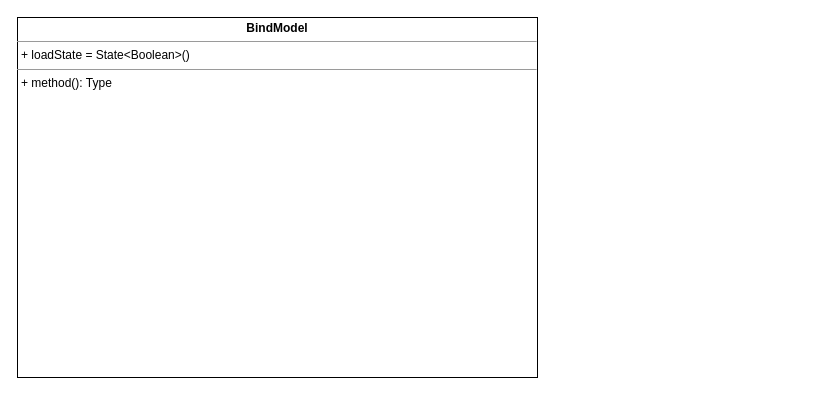
Earlier version of the draw.io diagram UNI-15261.drawio (ShiryaevNikolay/diagrams). Source tidied: cells renumbered, new cells numbered last; positions are measured from the earlier drawing's top-left corner, leaving out a move shared by most shapes. Both pictures are drawn from the tidied source at 100%, with x=0, y=0 at pixel (17, 17).
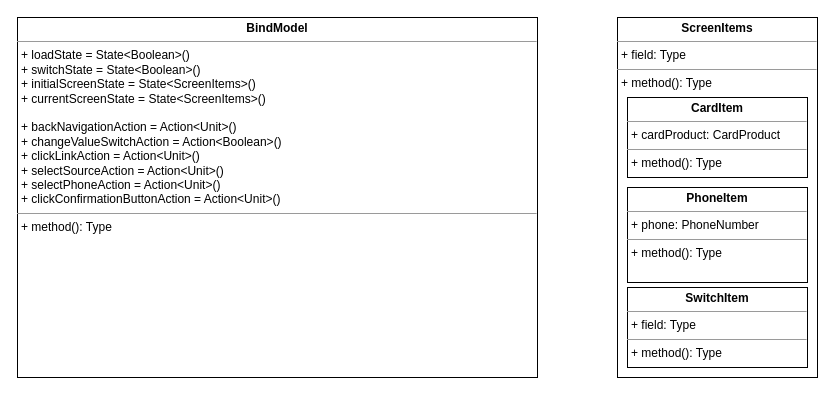
Above is the later version.

What changed in the source:
```diff
@@
 <mxGraphModel>
   <root>
     <mxCell id="0" />
     <mxCell id="1" parent="0" />
-    <mxCell id="2" value="&lt;p style=&quot;margin: 0px ; margin-top: 4px ; text-align: center&quot;&gt;&lt;b&gt;BindModel&lt;/b&gt;&lt;/p&gt;&lt;hr size=&quot;1&quot;&gt;&lt;p style=&quot;margin: 0px ; margin-left: 4px&quot;&gt;+ loadState = State&amp;lt;Boolean&amp;gt;()&lt;br&gt;&lt;/p&gt;&lt;hr size=&quot;1&quot;&gt;&lt;p style=&quot;margin: 0px ; margin-left: 4px&quot;&gt;+ method(): Type&lt;/p&gt;" style="verticalAlign=top;align=left;overflow=fill;fontSize=12;fontFamily=Helvetica;html=1;" parent="1" vertex="1">
+    <mxCell id="2" value="&lt;p style=&quot;margin: 0px ; margin-top: 4px ; text-align: center&quot;&gt;&lt;b&gt;BindModel&lt;/b&gt;&lt;/p&gt;&lt;hr size=&quot;1&quot;&gt;&lt;p style=&quot;margin: 0px ; margin-left: 4px&quot;&gt;+ loadState = State&amp;lt;Boolean&amp;gt;()&lt;/p&gt;&lt;p style=&quot;margin: 0px ; margin-left: 4px&quot;&gt;+ switchState = State&amp;lt;Boolean&amp;gt;()&lt;/p&gt;&lt;p style=&quot;margin: 0px ; margin-left: 4px&quot;&gt;+ initialScreenState = State&amp;lt;ScreenItems&amp;gt;()&lt;/p&gt;&lt;p style=&quot;margin: 0px ; margin-left: 4px&quot;&gt;+ currentScreenState = State&amp;lt;ScreenItems&amp;gt;()&lt;/p&gt;&lt;p style=&quot;margin: 0px ; margin-left: 4px&quot;&gt;&lt;br&gt;&lt;/p&gt;&lt;p style=&quot;margin: 0px ; margin-left: 4px&quot;&gt;+ backNavigationAction = Action&amp;lt;Unit&amp;gt;()&lt;br&gt;&lt;/p&gt;&lt;p style=&quot;margin: 0px ; margin-left: 4px&quot;&gt;+ changeValueSwitchAction = Action&amp;lt;Boolean&amp;gt;()&lt;/p&gt;&lt;p style=&quot;margin: 0px ; margin-left: 4px&quot;&gt;+ clickLinkAction = Action&amp;lt;Unit&amp;gt;()&lt;/p&gt;&lt;p style=&quot;margin: 0px ; margin-left: 4px&quot;&gt;+ selectSourceAction = Action&amp;lt;Unit&amp;gt;()&lt;/p&gt;&lt;p style=&quot;margin: 0px ; margin-left: 4px&quot;&gt;+ selectPhoneAction = Action&amp;lt;Unit&amp;gt;()&lt;/p&gt;&lt;p style=&quot;margin: 0px ; margin-left: 4px&quot;&gt;+ clickConfirmationButtonAction = Action&amp;lt;Unit&amp;gt;()&lt;br&gt;&lt;/p&gt;&lt;hr size=&quot;1&quot;&gt;&lt;p style=&quot;margin: 0px ; margin-left: 4px&quot;&gt;+ method(): Type&lt;/p&gt;" style="verticalAlign=top;align=left;overflow=fill;fontSize=12;fontFamily=Helvetica;html=1;" parent="1" vertex="1">
       <mxGeometry width="520" height="360" as="geometry" />
     </mxCell>
+    <mxCell id="3" value="&lt;p style=&quot;margin: 0px ; margin-top: 4px ; text-align: center&quot;&gt;&lt;b&gt;ScreenItems&lt;/b&gt;&lt;/p&gt;&lt;hr size=&quot;1&quot;&gt;&lt;p style=&quot;margin: 0px ; margin-left: 4px&quot;&gt;+ field: Type&lt;/p&gt;&lt;hr size=&quot;1&quot;&gt;&lt;p style=&quot;margin: 0px ; margin-left: 4px&quot;&gt;+ method(): Type&lt;/p&gt;" style="verticalAlign=top;align=left;overflow=fill;fontSize=12;fontFamily=Helvetica;html=1;" parent="1" vertex="1">
+      <mxGeometry x="600" width="200" height="360" as="geometry" />
+    </mxCell>
+    <mxCell id="4" value="&lt;p style=&quot;margin: 0px ; margin-top: 4px ; text-align: center&quot;&gt;&lt;b&gt;CardItem&lt;/b&gt;&lt;/p&gt;&lt;hr size=&quot;1&quot;&gt;&lt;p style=&quot;margin: 0px ; margin-left: 4px&quot;&gt;+ cardProduct: CardProduct&lt;/p&gt;&lt;hr size=&quot;1&quot;&gt;&lt;p style=&quot;margin: 0px ; margin-left: 4px&quot;&gt;+ method(): Type&lt;/p&gt;" style="verticalAlign=top;align=left;overflow=fill;fontSize=12;fontFamily=Helvetica;html=1;" parent="1" vertex="1">
+      <mxGeometry x="610" y="80" width="180" height="80" as="geometry" />
+    </mxCell>
+    <mxCell id="5" value="&lt;p style=&quot;margin: 0px ; margin-top: 4px ; text-align: center&quot;&gt;&lt;b&gt;PhoneItem&lt;/b&gt;&lt;/p&gt;&lt;hr size=&quot;1&quot;&gt;&lt;p style=&quot;margin: 0px ; margin-left: 4px&quot;&gt;+ phone: PhoneNumber&lt;/p&gt;&lt;hr size=&quot;1&quot;&gt;&lt;p style=&quot;margin: 0px ; margin-left: 4px&quot;&gt;+ method(): Type&lt;/p&gt;" style="verticalAlign=top;align=left;overflow=fill;fontSize=12;fontFamily=Helvetica;html=1;" parent="1" vertex="1">
+      <mxGeometry x="610" y="170" width="180" height="95" as="geometry" />
+    </mxCell>
+    <mxCell id="6" value="&lt;p style=&quot;margin: 0px ; margin-top: 4px ; text-align: center&quot;&gt;&lt;b&gt;SwitchItem&lt;/b&gt;&lt;/p&gt;&lt;hr size=&quot;1&quot;&gt;&lt;p style=&quot;margin: 0px ; margin-left: 4px&quot;&gt;+ field: Type&lt;/p&gt;&lt;hr size=&quot;1&quot;&gt;&lt;p style=&quot;margin: 0px ; margin-left: 4px&quot;&gt;+ method(): Type&lt;/p&gt;" style="verticalAlign=top;align=left;overflow=fill;fontSize=12;fontFamily=Helvetica;html=1;" parent="1" vertex="1">
+      <mxGeometry x="610" y="270" width="180" height="80" as="geometry" />
+    </mxCell>
   </root>
 </mxGraphModel>
```
